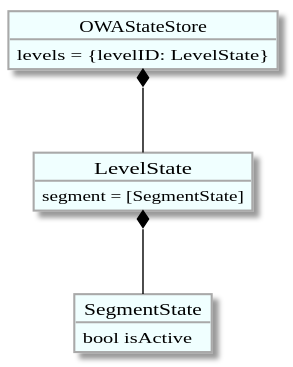
Above: docs/data_model.svg in awakeningio/owa (PlantUML), before the change. Source of this version:
```plantuml
@startuml

skinparam backgroundColor transparent
skinparam defaultFontName Monaco
hide circle
skinparam class {
  backgroundColor Azure
  borderColor DarkGrey
  arrowColor Black
  fontColor Black
}
skinparam object {
  backgroundColor Azure
  borderColor DarkGrey
  arrowColor Black
  fontColor Black
}
skinparam state {
  backgroundColor Azure
  borderColor DarkGrey
  arrowColor Black
  fontColor Black
}
skinparam sequenceParticipant {
  backgroundColor Azure
  borderColor DarkGrey
}
skinparam sequenceLifeLine {
  borderColor DarkGrey
}
skinparam sequence {
  arrowColor Black
}
skinparam component {
  backgroundColor Azure
  borderColor DarkGrey
}
skinparam interface {
  backgroundColor Azure
  borderColor DarkGrey
}

object OWAStateStore {
  levels = {levelID: LevelState}
}

object LevelState {
segment = [SegmentState]
}

object SegmentState {
bool isActive
}

OWAStateStore *-- LevelState
LevelState *-- SegmentState


@enduml
```
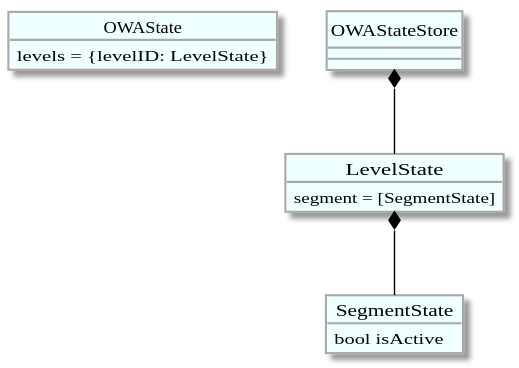
The same diagram one commit later.

The edit, as a diff of the source:
```diff
@@ -40,7 +40,7 @@
   borderColor DarkGrey
 }
 
-object OWAStateStore {
+object OWAState {
   levels = {levelID: LevelState}
 }
 
```
